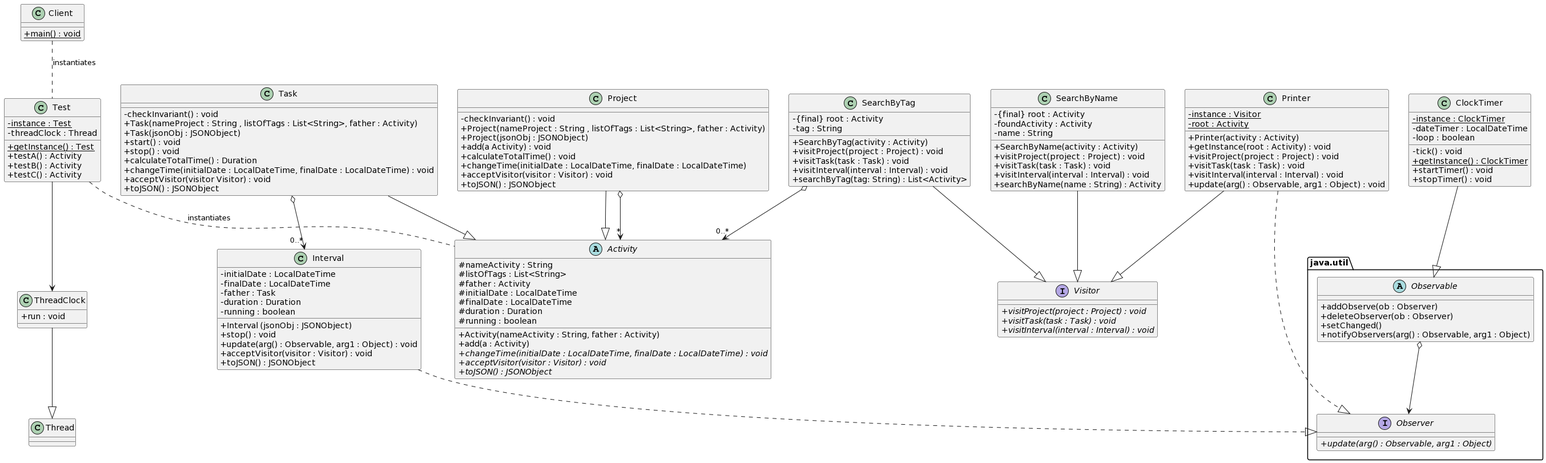
Before: Diagrama practica DS PLANTUML.png, a diagram exported from PlantUML (carlosereyese/PracticaDS).
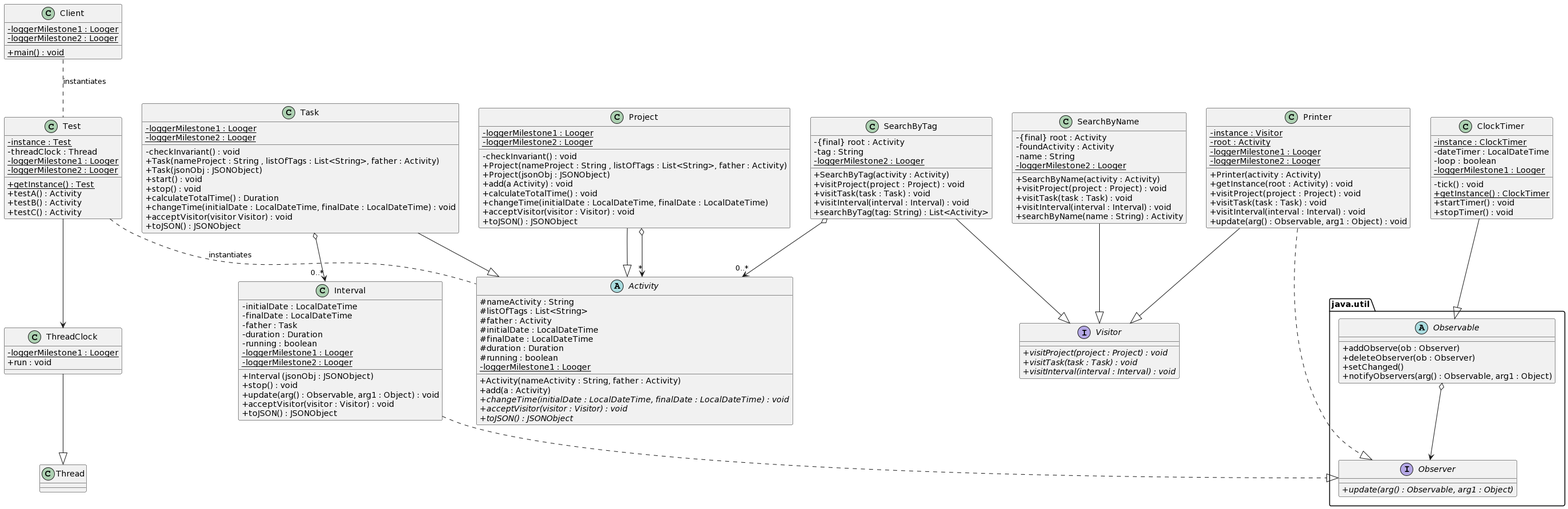
The same diagram one commit later.

Commit message:
Versión 17: Modificacion del codigo plantuml y diagrama UML

The edit, as a diff of the source:
```diff
@@ -3,6 +3,8 @@
 
 class           Client
 {
+     - {static} loggerMilestone1 : Looger
+     - {static} loggerMilestone2 : Looger
      + {static} main() : void
 }
 
@@ -10,6 +12,8 @@
 {
      - {static} instance : Test
      - threadClock : Thread
+     - {static} loggerMilestone1 : Looger
+     - {static} loggerMilestone2 : Looger
      + {static} getInstance() : Test
      + testA() : Activity
      + testB() : Activity
@@ -18,6 +22,7 @@
 
 class           ThreadClock
 {
+     - {static} loggerMilestone1 : Looger
      + run : void
 }
 
@@ -34,6 +39,7 @@
      # finalDate : LocalDateTime
      # duration : Duration
      # running : boolean
+     - {static} loggerMilestone1 : Looger
      + Activity(nameActivity : String, father : Activity)
      + add(a : Activity)
      + {abstract} changeTime(initialDate : LocalDateTime, finalDate : LocalDateTime) : void
@@ -44,6 +50,8 @@
 class           Task
 {
      - checkInvariant() : void
+     - {static} loggerMilestone1 : Looger
+     - {static} loggerMilestone2 : Looger
      + Task(nameProject : String , listOfTags : List<String>, father : Activity)
      + Task(jsonObj : JSONObject)
      + start() : void
@@ -57,6 +65,8 @@
 class           Project
 {
      - checkInvariant() : void
+     - {static} loggerMilestone1 : Looger
+     - {static} loggerMilestone2 : Looger
      + Project(nameProject : String , listOfTags : List<String>, father : Activity)
      + Project(jsonObj : JSONObject)
      + add(a Activity) : void
@@ -73,6 +83,8 @@
      - father : Task
      - duration : Duration
      - running : boolean
+     - {static} loggerMilestone1 : Looger
+     - {static} loggerMilestone2 : Looger
      + Interval (jsonObj : JSONObject)
      + stop() : void
      + update(arg() : Observable, arg1 : Object) : void
@@ -102,6 +114,7 @@
      - {static} instance : ClockTimer
      - dateTimer : LocalDateTime
      - loop : boolean
+     - {static} loggerMilestone1 : Looger
      - tick() : void
      + {static} getInstance() : ClockTimer
      + startTimer() : void
@@ -119,6 +132,8 @@
 {
      - {static} instance : Visitor
      - {static} root : Activity
+     - {static} loggerMilestone1 : Looger
+     - {static} loggerMilestone2 : Looger
      + Printer(activity : Activity)
      + getInstance(root : Activity) : void
      + visitProject(project : Project) : void
@@ -132,6 +147,7 @@
      - {final} root : Activity
      - foundActivity : Activity
      - name : String
+     - {static} loggerMilestone2 : Looger
      + SearchByName(activity : Activity)
      + visitProject(project : Project) : void
      + visitTask(task : Task) : void
@@ -143,6 +159,7 @@
 {
      - {final} root : Activity
      - tag : String
+     - {static} loggerMilestone2 : Looger
      + SearchByTag(activity : Activity)
      + visitProject(project : Project) : void
      + visitTask(task : Task) : void
```
